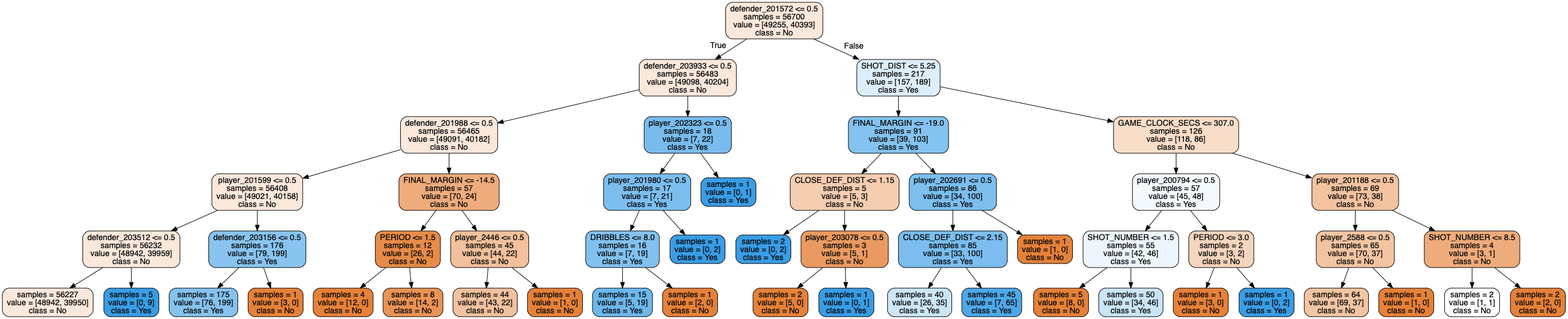
Before: forest_tree8.png, a diagram exported from Graphviz (tianyi5309/303project). Its source is kept beside it as forest_tree8.dot.
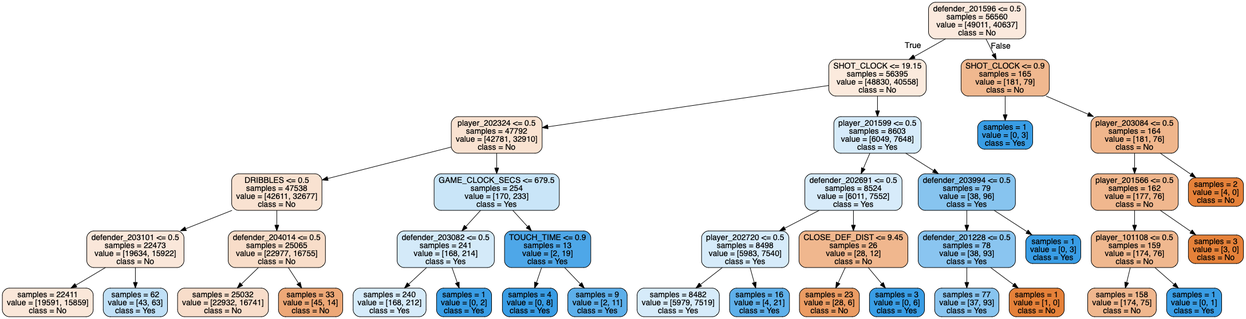
After the change.

What changed in the source:
```diff
@@ -1,105 +1,81 @@
 digraph Tree {
 node [shape=box, style="filled, rounded", color="black", fontname=helvetica] ;
 edge [fontname=helvetica] ;
-0 [label="defender_201572 <= 0.5\nsamples = 56700\nvalue = [49255, 40393]\nclass = No", fillcolor="#fae8db"] ;
-1 [label="defender_203933 <= 0.5\nsamples = 56483\nvalue = [49098, 40204]\nclass = No", fillcolor="#fae8db"] ;
+0 [label="defender_201596 <= 0.5\nsamples = 56560\nvalue = [49011, 40637]\nclass = No", fillcolor="#fbe9dd"] ;
+1 [label="SHOT_CLOCK <= 19.15\nsamples = 56395\nvalue = [48830, 40558]\nclass = No", fillcolor="#fbeadd"] ;
 0 -> 1 [labeldistance=2.5, labelangle=45, headlabel="True"] ;
-2 [label="defender_201988 <= 0.5\nsamples = 56465\nvalue = [49091, 40182]\nclass = No", fillcolor="#fae8db"] ;
+2 [label="player_202324 <= 0.5\nsamples = 47792\nvalue = [42781, 32910]\nclass = No", fillcolor="#f9e2d1"] ;
 1 -> 2 ;
-3 [label="player_201599 <= 0.5\nsamples = 56408\nvalue = [49021, 40158]\nclass = No", fillcolor="#fae8db"] ;
+3 [label="DRIBBLES <= 0.5\nsamples = 47538\nvalue = [42611, 32677]\nclass = No", fillcolor="#f9e2d1"] ;
 2 -> 3 ;
-4 [label="defender_203512 <= 0.5\nsamples = 56232\nvalue = [48942, 39959]\nclass = No", fillcolor="#fae8db"] ;
+4 [label="defender_203101 <= 0.5\nsamples = 22473\nvalue = [19634, 15922]\nclass = No", fillcolor="#fae7da"] ;
 3 -> 4 ;
-5 [label="samples = 56227\nvalue = [48942, 39950]\nclass = No", fillcolor="#fae8db"] ;
+5 [label="samples = 22411\nvalue = [19591, 15859]\nclass = No", fillcolor="#fae7d9"] ;
 4 -> 5 ;
-6 [label="samples = 5\nvalue = [0, 9]\nclass = Yes", fillcolor="#399de5"] ;
+6 [label="samples = 62\nvalue = [43, 63]\nclass = Yes", fillcolor="#c0e0f7"] ;
 4 -> 6 ;
-7 [label="defender_203156 <= 0.5\nsamples = 176\nvalue = [79, 199]\nclass = Yes", fillcolor="#88c4ef"] ;
+7 [label="defender_204014 <= 0.5\nsamples = 25065\nvalue = [22977, 16755]\nclass = No", fillcolor="#f8ddc9"] ;
 3 -> 7 ;
-8 [label="samples = 175\nvalue = [76, 199]\nclass = Yes", fillcolor="#85c2ef"] ;
+8 [label="samples = 25032\nvalue = [22932, 16741]\nclass = No", fillcolor="#f8ddca"] ;
 7 -> 8 ;
-9 [label="samples = 1\nvalue = [3, 0]\nclass = No", fillcolor="#e58139"] ;
+9 [label="samples = 33\nvalue = [45, 14]\nclass = No", fillcolor="#eda877"] ;
 7 -> 9 ;
-10 [label="FINAL_MARGIN <= -14.5\nsamples = 57\nvalue = [70, 24]\nclass = No", fillcolor="#eeac7d"] ;
+10 [label="GAME_CLOCK_SECS <= 679.5\nsamples = 254\nvalue = [170, 233]\nclass = Yes", fillcolor="#c9e5f8"] ;
 2 -> 10 ;
-11 [label="PERIOD <= 1.5\nsamples = 12\nvalue = [26, 2]\nclass = No", fillcolor="#e78b48"] ;
+11 [label="defender_203082 <= 0.5\nsamples = 241\nvalue = [168, 214]\nclass = Yes", fillcolor="#d4eaf9"] ;
 10 -> 11 ;
-12 [label="samples = 4\nvalue = [12, 0]\nclass = No", fillcolor="#e58139"] ;
+12 [label="samples = 240\nvalue = [168, 212]\nclass = Yes", fillcolor="#d6ebfa"] ;
 11 -> 12 ;
-13 [label="samples = 8\nvalue = [14, 2]\nclass = No", fillcolor="#e99355"] ;
+13 [label="samples = 1\nvalue = [0, 2]\nclass = Yes", fillcolor="#399de5"] ;
 11 -> 13 ;
-14 [label="player_2446 <= 0.5\nsamples = 45\nvalue = [44, 22]\nclass = No", fillcolor="#f2c09c"] ;
+14 [label="TOUCH_TIME <= 0.9\nsamples = 13\nvalue = [2, 19]\nclass = Yes", fillcolor="#4ea7e8"] ;
 10 -> 14 ;
-15 [label="samples = 44\nvalue = [43, 22]\nclass = No", fillcolor="#f2c19e"] ;
+15 [label="samples = 4\nvalue = [0, 8]\nclass = Yes", fillcolor="#399de5"] ;
 14 -> 15 ;
-16 [label="samples = 1\nvalue = [1, 0]\nclass = No", fillcolor="#e58139"] ;
+16 [label="samples = 9\nvalue = [2, 11]\nclass = Yes", fillcolor="#5dafea"] ;
 14 -> 16 ;
-17 [label="player_202323 <= 0.5\nsamples = 18\nvalue = [7, 22]\nclass = Yes", fillcolor="#78bced"] ;
+17 [label="player_201599 <= 0.5\nsamples = 8603\nvalue = [6049, 7648]\nclass = Yes", fillcolor="#d6ebfa"] ;
 1 -> 17 ;
-18 [label="player_201980 <= 0.5\nsamples = 17\nvalue = [7, 21]\nclass = Yes", fillcolor="#7bbeee"] ;
+18 [label="defender_202691 <= 0.5\nsamples = 8524\nvalue = [6011, 7552]\nclass = Yes", fillcolor="#d7ebfa"] ;
 17 -> 18 ;
-19 [label="DRIBBLES <= 8.0\nsamples = 16\nvalue = [7, 19]\nclass = Yes", fillcolor="#82c1ef"] ;
+19 [label="player_202720 <= 0.5\nsamples = 8498\nvalue = [5983, 7540]\nclass = Yes", fillcolor="#d6ebfa"] ;
 18 -> 19 ;
-20 [label="samples = 15\nvalue = [5, 19]\nclass = Yes", fillcolor="#6db7ec"] ;
+20 [label="samples = 8482\nvalue = [5979, 7519]\nclass = Yes", fillcolor="#d6ebfa"] ;
 19 -> 20 ;
-21 [label="samples = 1\nvalue = [2, 0]\nclass = No", fillcolor="#e58139"] ;
+21 [label="samples = 16\nvalue = [4, 21]\nclass = Yes", fillcolor="#5fb0ea"] ;
 19 -> 21 ;
-22 [label="samples = 1\nvalue = [0, 2]\nclass = Yes", fillcolor="#399de5"] ;
+22 [label="CLOSE_DEF_DIST <= 9.45\nsamples = 26\nvalue = [28, 12]\nclass = No", fillcolor="#f0b78e"] ;
 18 -> 22 ;
-23 [label="samples = 1\nvalue = [0, 1]\nclass = Yes", fillcolor="#399de5"] ;
-17 -> 23 ;
-24 [label="SHOT_DIST <= 5.25\nsamples = 217\nvalue = [157, 189]\nclass = Yes", fillcolor="#ddeefb"] ;
-0 -> 24 [labeldistance=2.5, labelangle=-45, headlabel="False"] ;
-25 [label="FINAL_MARGIN <= -19.0\nsamples = 91\nvalue = [39, 103]\nclass = Yes", fillcolor="#84c2ef"] ;
-24 -> 25 ;
-26 [label="CLOSE_DEF_DIST <= 1.15\nsamples = 5\nvalue = [5, 3]\nclass = No", fillcolor="#f5cdb0"] ;
+23 [label="samples = 23\nvalue = [28, 6]\nclass = No", fillcolor="#eb9c63"] ;
+22 -> 23 ;
+24 [label="samples = 3\nvalue = [0, 6]\nclass = Yes", fillcolor="#399de5"] ;
+22 -> 24 ;
+25 [label="defender_203994 <= 0.5\nsamples = 79\nvalue = [38, 96]\nclass = Yes", fillcolor="#87c4ef"] ;
+17 -> 25 ;
+26 [label="defender_201228 <= 0.5\nsamples = 78\nvalue = [38, 93]\nclass = Yes", fillcolor="#8ac5f0"] ;
 25 -> 26 ;
-27 [label="samples = 2\nvalue = [0, 2]\nclass = Yes", fillcolor="#399de5"] ;
+27 [label="samples = 77\nvalue = [37, 93]\nclass = Yes", fillcolor="#88c4ef"] ;
 26 -> 27 ;
-28 [label="player_203078 <= 0.5\nsamples = 3\nvalue = [5, 1]\nclass = No", fillcolor="#ea9a61"] ;
+28 [label="samples = 1\nvalue = [1, 0]\nclass = No", fillcolor="#e58139"] ;
 26 -> 28 ;
-29 [label="samples = 2\nvalue = [5, 0]\nclass = No", fillcolor="#e58139"] ;
-28 -> 29 ;
-30 [label="samples = 1\nvalue = [0, 1]\nclass = Yes", fillcolor="#399de5"] ;
-28 -> 30 ;
-31 [label="player_202691 <= 0.5\nsamples = 86\nvalue = [34, 100]\nclass = Yes", fillcolor="#7cbeee"] ;
-25 -> 31 ;
-32 [label="CLOSE_DEF_DIST <= 2.15\nsamples = 85\nvalue = [33, 100]\nclass = Yes", fillcolor="#7abdee"] ;
-31 -> 32 ;
-33 [label="samples = 40\nvalue = [26, 35]\nclass = Yes", fillcolor="#cce6f8"] ;
+29 [label="samples = 1\nvalue = [0, 3]\nclass = Yes", fillcolor="#399de5"] ;
+25 -> 29 ;
+30 [label="SHOT_CLOCK <= 0.9\nsamples = 165\nvalue = [181, 79]\nclass = No", fillcolor="#f0b88f"] ;
+0 -> 30 [labeldistance=2.5, labelangle=-45, headlabel="False"] ;
+31 [label="samples = 1\nvalue = [0, 3]\nclass = Yes", fillcolor="#399de5"] ;
+30 -> 31 ;
+32 [label="player_203084 <= 0.5\nsamples = 164\nvalue = [181, 76]\nclass = No", fillcolor="#f0b68c"] ;
+30 -> 32 ;
+33 [label="player_201566 <= 0.5\nsamples = 162\nvalue = [177, 76]\nclass = No", fillcolor="#f0b78e"] ;
 32 -> 33 ;
-34 [label="samples = 45\nvalue = [7, 65]\nclass = Yes", fillcolor="#4ea8e8"] ;
-32 -> 34 ;
-35 [label="samples = 1\nvalue = [1, 0]\nclass = No", fillcolor="#e58139"] ;
-31 -> 35 ;
-36 [label="GAME_CLOCK_SECS <= 307.0\nsamples = 126\nvalue = [118, 86]\nclass = No", fillcolor="#f8ddc9"] ;
-24 -> 36 ;
-37 [label="player_200794 <= 0.5\nsamples = 57\nvalue = [45, 48]\nclass = Yes", fillcolor="#f3f9fd"] ;
-36 -> 37 ;
-38 [label="SHOT_NUMBER <= 1.5\nsamples = 55\nvalue = [42, 46]\nclass = Yes", fillcolor="#eef6fd"] ;
-37 -> 38 ;
-39 [label="samples = 5\nvalue = [8, 0]\nclass = No", fillcolor="#e58139"] ;
-38 -> 39 ;
-40 [label="samples = 50\nvalue = [34, 46]\nclass = Yes", fillcolor="#cbe5f8"] ;
-38 -> 40 ;
-41 [label="PERIOD <= 3.0\nsamples = 2\nvalue = [3, 2]\nclass = No", fillcolor="#f6d5bd"] ;
-37 -> 41 ;
-42 [label="samples = 1\nvalue = [3, 0]\nclass = No", fillcolor="#e58139"] ;
-41 -> 42 ;
-43 [label="samples = 1\nvalue = [0, 2]\nclass = Yes", fillcolor="#399de5"] ;
-41 -> 43 ;
-44 [label="player_201188 <= 0.5\nsamples = 69\nvalue = [73, 38]\nclass = No", fillcolor="#f3c3a0"] ;
-36 -> 44 ;
-45 [label="player_2588 <= 0.5\nsamples = 65\nvalue = [70, 37]\nclass = No", fillcolor="#f3c4a2"] ;
-44 -> 45 ;
-46 [label="samples = 64\nvalue = [69, 37]\nclass = No", fillcolor="#f3c5a3"] ;
-45 -> 46 ;
-47 [label="samples = 1\nvalue = [1, 0]\nclass = No", fillcolor="#e58139"] ;
-45 -> 47 ;
-48 [label="SHOT_NUMBER <= 8.5\nsamples = 4\nvalue = [3, 1]\nclass = No", fillcolor="#eeab7b"] ;
-44 -> 48 ;
-49 [label="samples = 2\nvalue = [1, 1]\nclass = No", fillcolor="#ffffff"] ;
-48 -> 49 ;
-50 [label="samples = 2\nvalue = [2, 0]\nclass = No", fillcolor="#e58139"] ;
-48 -> 50 ;
+34 [label="player_101108 <= 0.5\nsamples = 159\nvalue = [174, 76]\nclass = No", fillcolor="#f0b88f"] ;
+33 -> 34 ;
+35 [label="samples = 158\nvalue = [174, 75]\nclass = No", fillcolor="#f0b78e"] ;
+34 -> 35 ;
+36 [label="samples = 1\nvalue = [0, 1]\nclass = Yes", fillcolor="#399de5"] ;
+34 -> 36 ;
+37 [label="samples = 3\nvalue = [3, 0]\nclass = No", fillcolor="#e58139"] ;
+33 -> 37 ;
+38 [label="samples = 2\nvalue = [4, 0]\nclass = No", fillcolor="#e58139"] ;
+32 -> 38 ;
 }
```
